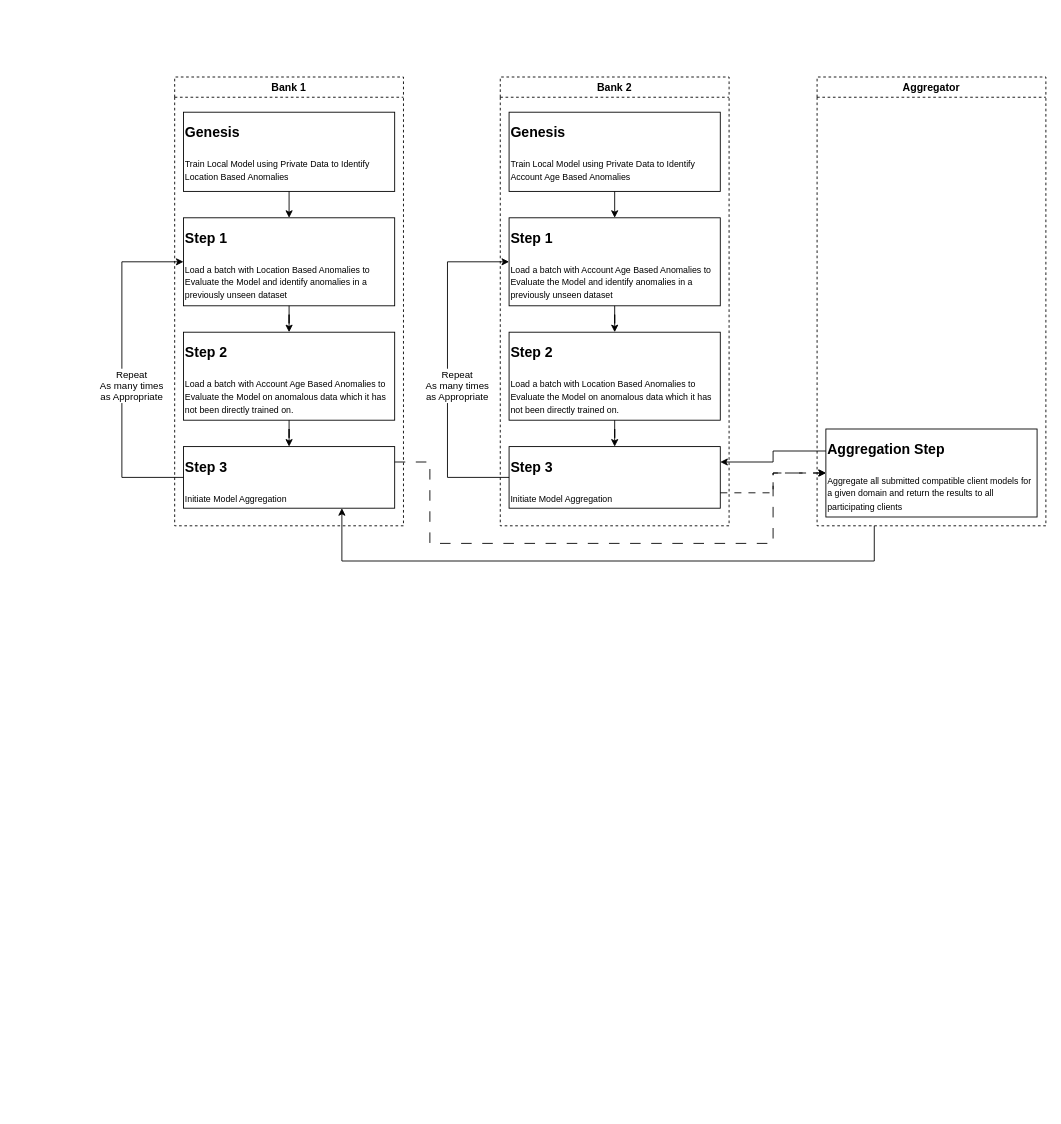
Earlier version of the draw.io diagram images/FL Workflows.drawio (sarthak-tickoo-jpmc/aikya-material-shared). Source tidied: cells renumbered, new cells numbered last; positions are measured from the earlier drawing's top-left corner, leaving out a move shared by most shapes. Both pictures are drawn from the tidied source at 88%, with x=0, y=0 at pixel (121, 77).
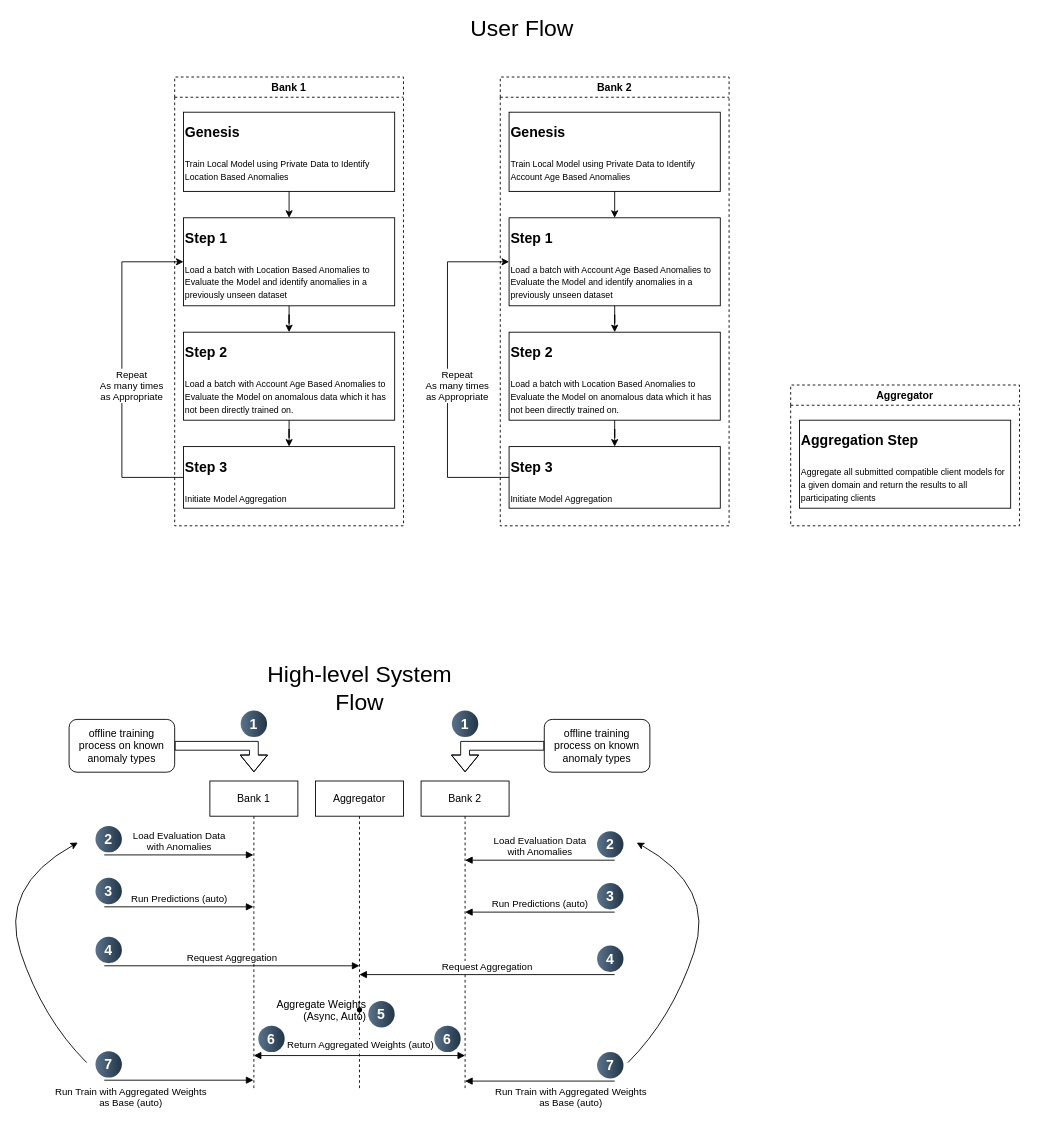
Above is the later version.

The change refers to these unchanged cells:
```xml
<mxCell id="11" value="&lt;h1 style=&quot;margin-top: 0px;&quot;&gt;&lt;font style=&quot;font-size: 16px;&quot;&gt;Step 3&lt;/font&gt;&lt;/h1&gt;&lt;p style=&quot;text-align: center;&quot;&gt;&lt;span style=&quot;font-size: 10px;&quot;&gt;Initiate Model Aggregation&lt;/span&gt;&lt;/p&gt;" style="text;html=1;whiteSpace=wrap;overflow=hidden;rounded=0;strokeColor=default;" parent="2" vertex="1">
  <mxGeometry x="10" y="420" width="240" height="70" as="geometry" />
</mxCell>
<mxCell id="21" value="&lt;h1 style=&quot;margin-top: 0px;&quot;&gt;&lt;font style=&quot;font-size: 16px;&quot;&gt;Step 3&lt;/font&gt;&lt;/h1&gt;&lt;p style=&quot;text-align: center;&quot;&gt;&lt;span style=&quot;font-size: 10px;&quot;&gt;Initiate Model Aggregation&lt;/span&gt;&lt;/p&gt;" style="text;html=1;whiteSpace=wrap;overflow=hidden;rounded=0;strokeColor=default;" parent="12" vertex="1">
  <mxGeometry x="10" y="420" width="240" height="70" as="geometry" />
</mxCell>
```

Diff of the diagram source:
```diff
@@
-    <mxCell id="22" style="edgeStyle=orthogonalEdgeStyle;rounded=0;jettySize=auto;html=1;exitX=0.25;exitY=1;exitDx=0;exitDy=0;entryX=0.75;entryY=1;entryDx=0;entryDy=0;" parent="1" edge="1" source="23" target="11">
-      <mxGeometry relative="1" as="geometry">
-        <Array as="points">
-          <mxPoint x="855" y="550" />
-          <mxPoint x="250" y="550" />
-        </Array>
-      </mxGeometry>
-    </mxCell>
     <mxCell id="23" value="Aggregator" style="swimlane;whiteSpace=wrap;html=1;dashed=1;" parent="1" vertex="1">
-      <mxGeometry x="790" width="260" height="510" as="geometry" />
+      <mxGeometry x="760" y="350" width="260" height="160" as="geometry" />
     </mxCell>
     <mxCell id="24" value="&lt;h1 style=&quot;margin-top: 0px;&quot;&gt;&lt;font style=&quot;font-size: 16px;&quot;&gt;Aggregation Step&lt;/font&gt;&lt;/h1&gt;&lt;p style=&quot;&quot;&gt;&lt;span style=&quot;font-size: 10px;&quot;&gt;Aggregate all submitted compatible client models for a given domain and return the results to all participating clients&lt;/span&gt;&lt;/p&gt;" style="text;html=1;whiteSpace=wrap;overflow=hidden;rounded=0;strokeColor=default;" parent="23" vertex="1">
-      <mxGeometry x="10" y="400" width="240" height="100" as="geometry" />
+      <mxGeometry x="10" y="40" width="240" height="100" as="geometry" />
     </mxCell>
-    <mxCell id="25" style="edgeStyle=orthogonalEdgeStyle;rounded=0;jettySize=auto;html=1;exitX=1;exitY=0.25;exitDx=0;exitDy=0;entryX=0;entryY=0.5;entryDx=0;entryDy=0;dashed=1;dashPattern=12 12;" parent="1" edge="1" source="11" target="24">
-      <mxGeometry relative="1" as="geometry">
-        <Array as="points">
-          <mxPoint x="350" y="438" />
-          <mxPoint x="350" y="530" />
-          <mxPoint x="740" y="530" />
-          <mxPoint x="740" y="450" />
-        </Array>
-      </mxGeometry>
-    </mxCell>
-    <mxCell id="26" style="edgeStyle=orthogonalEdgeStyle;rounded=0;jettySize=auto;html=1;entryX=0;entryY=0.5;entryDx=0;entryDy=0;dashed=1;dashPattern=8 8;exitX=1;exitY=0.75;exitDx=0;exitDy=0;" parent="1" edge="1" source="21" target="24">
-      <mxGeometry relative="1" as="geometry">
-        <Array as="points">
-          <mxPoint x="740" y="473" />
-          <mxPoint x="740" y="450" />
-        </Array>
-      </mxGeometry>
-    </mxCell>
-    <mxCell id="27" style="edgeStyle=orthogonalEdgeStyle;rounded=0;jettySize=auto;html=1;exitX=0;exitY=0.25;exitDx=0;exitDy=0;entryX=1;entryY=0.25;entryDx=0;entryDy=0;" parent="1" edge="1" source="24" target="21">
-      <mxGeometry relative="1" as="geometry" />
-    </mxCell>
+    <mxCell id="28" value="&lt;font style=&quot;font-size: 26px;&quot;&gt;User Flow&lt;/font&gt;" style="text;html=1;align=center;verticalAlign=middle;whiteSpace=wrap;rounded=0;" parent="1" vertex="1">
+      <mxGeometry x="350" y="-70" width="210" height="30" as="geometry" />
+    </mxCell>
+    <mxCell id="29" value="Bank 1" style="shape=umlLifeline;perimeter=lifelinePerimeter;whiteSpace=wrap;html=1;newEdgeStyle={&quot;edgeStyle&quot;:&quot;elbowEdgeStyle&quot;,&quot;elbow&quot;:&quot;vertical&quot;,&quot;curved&quot;:0,&quot;rounded&quot;:0};" parent="1" vertex="1">
+      <mxGeometry x="100" y="800" width="100" height="350" as="geometry" />
+    </mxCell>
+    <mxCell id="30" value="Aggregator" style="shape=umlLifeline;perimeter=lifelinePerimeter;whiteSpace=wrap;html=1;newEdgeStyle={&quot;edgeStyle&quot;:&quot;elbowEdgeStyle&quot;,&quot;elbow&quot;:&quot;vertical&quot;,&quot;curved&quot;:0,&quot;rounded&quot;:0};" parent="1" vertex="1">
+      <mxGeometry x="220" y="800" width="100" height="350" as="geometry" />
+    </mxCell>
+    <mxCell id="31" value="Bank 2" style="shape=umlLifeline;perimeter=lifelinePerimeter;whiteSpace=wrap;html=1;newEdgeStyle={&quot;curved&quot;:0,&quot;rounded&quot;:0};" parent="1" vertex="1">
+      <mxGeometry x="340" y="800" width="100" height="350" as="geometry" />
+    </mxCell>
+    <mxCell id="32" value="offline training process on known anomaly types" style="rounded=1;whiteSpace=wrap;html=1;" parent="1" vertex="1">
+      <mxGeometry x="-60" y="730" width="120" height="60" as="geometry" />
+    </mxCell>
+    <mxCell id="33" value="offline training process on known anomaly types" style="rounded=1;whiteSpace=wrap;html=1;" parent="1" vertex="1">
+      <mxGeometry x="480" y="730" width="120" height="60" as="geometry" />
+    </mxCell>
+    <mxCell id="34" value="Load Evaluation Data&lt;br&gt;with Anomalies" style="html=1;verticalAlign=bottom;endArrow=block;curved=0;rounded=0;" parent="1" edge="1">
+      <mxGeometry relative="1" as="geometry">
+        <mxPoint x="-20" y="884" as="sourcePoint" />
+        <mxPoint x="149.5" y="884" as="targetPoint" />
+      </mxGeometry>
+    </mxCell>
+    <mxCell id="35" value="Load Evaluation Data&lt;br&gt;with Anomalies" style="html=1;verticalAlign=bottom;endArrow=block;curved=0;rounded=0;" parent="1" edge="1">
+      <mxGeometry relative="1" as="geometry">
+        <mxPoint x="560" y="890" as="sourcePoint" />
+        <mxPoint x="390" y="890" as="targetPoint" />
+      </mxGeometry>
+    </mxCell>
+    <mxCell id="36" style="shape=flexArrow;endArrow=classic;html=1;rounded=0;exitX=1;exitY=0.5;exitDx=0;exitDy=0;" parent="1" edge="1" source="32">
+      <mxGeometry relative="1" as="geometry">
+        <mxPoint x="150" y="790" as="targetPoint" />
+        <Array as="points">
+          <mxPoint x="150" y="760" />
+        </Array>
+      </mxGeometry>
+    </mxCell>
+    <mxCell id="37" style="shape=flexArrow;endArrow=classic;html=1;rounded=0;exitX=0;exitY=0.5;exitDx=0;exitDy=0;" parent="1" edge="1" source="33">
+      <mxGeometry relative="1" as="geometry">
+        <mxPoint x="390" y="790" as="targetPoint" />
+        <Array as="points">
+          <mxPoint x="390" y="760" />
+        </Array>
+      </mxGeometry>
+    </mxCell>
+    <mxCell id="38" value="Run Predictions (auto)" style="html=1;verticalAlign=bottom;endArrow=block;curved=0;rounded=0;targetPerimeterSpacing=0;" parent="1" edge="1">
+      <mxGeometry relative="1" as="geometry">
+        <mxPoint x="-20" y="943" as="sourcePoint" />
+        <mxPoint x="149.5" y="943" as="targetPoint" />
+      </mxGeometry>
+    </mxCell>
+    <mxCell id="39" value="Run Predictions (auto)" style="html=1;verticalAlign=bottom;endArrow=block;curved=0;rounded=0;" parent="1" edge="1">
+      <mxGeometry relative="1" as="geometry">
+        <mxPoint x="560" y="949" as="sourcePoint" />
+        <mxPoint x="390" y="949" as="targetPoint" />
+      </mxGeometry>
+    </mxCell>
+    <mxCell id="40" value="Request Aggregation" style="html=1;verticalAlign=bottom;endArrow=block;curved=0;rounded=0;" parent="1" edge="1">
+      <mxGeometry relative="1" as="geometry">
+        <mxPoint x="-20" y="1010" as="sourcePoint" />
+        <mxPoint x="270" y="1010" as="targetPoint" />
+      </mxGeometry>
+    </mxCell>
+    <mxCell id="41" value="Request Aggregation" style="html=1;verticalAlign=bottom;endArrow=block;curved=0;rounded=0;" parent="1" edge="1">
+      <mxGeometry relative="1" as="geometry">
+        <mxPoint x="560" y="1020" as="sourcePoint" />
+        <mxPoint x="269.9" y="1020" as="targetPoint" />
+      </mxGeometry>
+    </mxCell>
+    <mxCell id="42" style="html=1;verticalAlign=bottom;endArrow=block;curved=0;rounded=0;" parent="1" edge="1">
+      <mxGeometry x="0.83" y="-10" relative="1" as="geometry">
+        <mxPoint x="270" y="1112" as="sourcePoint" />
+        <mxPoint x="149.9" y="1112" as="targetPoint" />
+      </mxGeometry>
+    </mxCell>
+    <mxCell id="43" value="Return Aggregated Weights (auto)" style="html=1;verticalAlign=bottom;endArrow=block;curved=0;rounded=0;" parent="1" edge="1">
+      <mxGeometry x="-1" y="3" relative="1" as="geometry">
+        <mxPoint x="270.5" y="1112" as="sourcePoint" />
+        <mxPoint x="390" y="1112" as="targetPoint" />
+      </mxGeometry>
+    </mxCell>
+    <mxCell id="44" value="Run Train with Aggregated Weights&lt;br&gt;as Base (auto)" style="html=1;verticalAlign=bottom;endArrow=block;curved=0;rounded=0;targetPerimeterSpacing=0;" parent="1" edge="1">
+      <mxGeometry x="-0.65" y="-35" relative="1" as="geometry">
+        <mxPoint x="-20" y="1140" as="sourcePoint" />
+        <mxPoint x="149.5" y="1140" as="targetPoint" />
+      </mxGeometry>
+    </mxCell>
+    <mxCell id="45" value="Run Train with Aggregated Weights&lt;br&gt;as Base (auto)" style="html=1;verticalAlign=bottom;endArrow=block;curved=0;rounded=0;" parent="1" edge="1">
+      <mxGeometry x="-0.41" y="34" relative="1" as="geometry">
+        <mxPoint x="560" y="1141" as="sourcePoint" />
+        <mxPoint x="390" y="1141" as="targetPoint" />
+      </mxGeometry>
+    </mxCell>
+    <mxCell id="46" value="1" style="ellipse;whiteSpace=wrap;html=1;rotation=0;gradientColor=#223548;strokeColor=none;gradientDirection=east;fillColor=#5b738b;rounded=0;fontFamily=Helvetica;fontSize=16;fontColor=#FFFFFF;spacingTop=4;spacingBottom=4;spacingLeft=4;spacingRight=4;fontStyle=1;" parent="1" vertex="1">
+      <mxGeometry x="135" y="720" width="30" height="30" as="geometry" />
+    </mxCell>
+    <mxCell id="47" value="1" style="ellipse;whiteSpace=wrap;html=1;rotation=0;gradientColor=#223548;strokeColor=none;gradientDirection=east;fillColor=#5b738b;rounded=0;fontFamily=Helvetica;fontSize=16;fontColor=#FFFFFF;spacingTop=4;spacingBottom=4;spacingLeft=4;spacingRight=4;fontStyle=1;" parent="1" vertex="1">
+      <mxGeometry x="375" y="720" width="30" height="30" as="geometry" />
+    </mxCell>
+    <mxCell id="48" value="2" style="ellipse;whiteSpace=wrap;html=1;rotation=0;gradientColor=#223548;strokeColor=none;gradientDirection=east;fillColor=#5b738b;rounded=0;fontFamily=Helvetica;fontSize=16;fontColor=#FFFFFF;spacingTop=4;spacingBottom=4;spacingLeft=4;spacingRight=4;fontStyle=1;" parent="1" vertex="1">
+      <mxGeometry x="-30" y="851" width="30" height="30" as="geometry" />
+    </mxCell>
+    <mxCell id="49" value="2" style="ellipse;whiteSpace=wrap;html=1;rotation=0;gradientColor=#223548;strokeColor=none;gradientDirection=east;fillColor=#5b738b;rounded=0;fontFamily=Helvetica;fontSize=16;fontColor=#FFFFFF;spacingTop=4;spacingBottom=4;spacingLeft=4;spacingRight=4;fontStyle=1;" parent="1" vertex="1">
+      <mxGeometry x="540" y="857" width="30" height="30" as="geometry" />
+    </mxCell>
+    <mxCell id="50" value="3" style="ellipse;whiteSpace=wrap;html=1;rotation=0;gradientColor=#223548;strokeColor=none;gradientDirection=east;fillColor=#5b738b;rounded=0;fontFamily=Helvetica;fontSize=16;fontColor=#FFFFFF;spacingTop=4;spacingBottom=4;spacingLeft=4;spacingRight=4;fontStyle=1;" parent="1" vertex="1">
+      <mxGeometry x="-30" y="910" width="30" height="30" as="geometry" />
+    </mxCell>
+    <mxCell id="51" value="3" style="ellipse;whiteSpace=wrap;html=1;rotation=0;gradientColor=#223548;strokeColor=none;gradientDirection=east;fillColor=#5b738b;rounded=0;fontFamily=Helvetica;fontSize=16;fontColor=#FFFFFF;spacingTop=4;spacingBottom=4;spacingLeft=4;spacingRight=4;fontStyle=1;" parent="1" vertex="1">
+      <mxGeometry x="540" y="916" width="30" height="30" as="geometry" />
+    </mxCell>
+    <mxCell id="52" value="4" style="ellipse;whiteSpace=wrap;html=1;rotation=0;gradientColor=#223548;strokeColor=none;gradientDirection=east;fillColor=#5b738b;rounded=0;fontFamily=Helvetica;fontSize=16;fontColor=#FFFFFF;spacingTop=4;spacingBottom=4;spacingLeft=4;spacingRight=4;fontStyle=1;" parent="1" vertex="1">
+      <mxGeometry x="-30" y="977" width="30" height="30" as="geometry" />
+    </mxCell>
+    <mxCell id="53" value="4" style="ellipse;whiteSpace=wrap;html=1;rotation=0;gradientColor=#223548;strokeColor=none;gradientDirection=east;fillColor=#5b738b;rounded=0;fontFamily=Helvetica;fontSize=16;fontColor=#FFFFFF;spacingTop=4;spacingBottom=4;spacingLeft=4;spacingRight=4;fontStyle=1;" parent="1" vertex="1">
+      <mxGeometry x="540" y="987" width="30" height="30" as="geometry" />
+    </mxCell>
+    <mxCell id="54" value="Aggregate Weights &#10;(Async, Auto)" style="shape=waypoint;sketch=0;size=6;fillColor=none;perimeter=centerPerimeter;align=right;" parent="1" vertex="1">
+      <mxGeometry x="260" y="1050" width="20" height="20" as="geometry" />
+    </mxCell>
+    <mxCell id="55" value="5" style="ellipse;whiteSpace=wrap;html=1;rotation=0;gradientColor=#223548;strokeColor=none;gradientDirection=east;fillColor=#5b738b;rounded=0;fontFamily=Helvetica;fontSize=16;fontColor=#FFFFFF;spacingTop=4;spacingBottom=4;spacingLeft=4;spacingRight=4;fontStyle=1;" parent="1" vertex="1">
+      <mxGeometry x="280" y="1050" width="30" height="30" as="geometry" />
+    </mxCell>
+    <mxCell id="56" value="6" style="ellipse;whiteSpace=wrap;html=1;rotation=0;gradientColor=#223548;strokeColor=none;gradientDirection=east;fillColor=#5b738b;rounded=0;fontFamily=Helvetica;fontSize=16;fontColor=#FFFFFF;spacingTop=4;spacingBottom=4;spacingLeft=4;spacingRight=4;fontStyle=1;" parent="1" vertex="1">
+      <mxGeometry x="155" y="1078" width="30" height="30" as="geometry" />
+    </mxCell>
+    <mxCell id="57" value="6" style="ellipse;whiteSpace=wrap;html=1;rotation=0;gradientColor=#223548;strokeColor=none;gradientDirection=east;fillColor=#5b738b;rounded=0;fontFamily=Helvetica;fontSize=16;fontColor=#FFFFFF;spacingTop=4;spacingBottom=4;spacingLeft=4;spacingRight=4;fontStyle=1;" parent="1" vertex="1">
+      <mxGeometry x="355" y="1078" width="30" height="30" as="geometry" />
+    </mxCell>
+    <mxCell id="58" value="7" style="ellipse;whiteSpace=wrap;html=1;rotation=0;gradientColor=#223548;strokeColor=none;gradientDirection=east;fillColor=#5b738b;rounded=0;fontFamily=Helvetica;fontSize=16;fontColor=#FFFFFF;spacingTop=4;spacingBottom=4;spacingLeft=4;spacingRight=4;fontStyle=1;" parent="1" vertex="1">
+      <mxGeometry x="-30" y="1107" width="30" height="30" as="geometry" />
+    </mxCell>
+    <mxCell id="59" value="7" style="ellipse;whiteSpace=wrap;html=1;rotation=0;gradientColor=#223548;strokeColor=none;gradientDirection=east;fillColor=#5b738b;rounded=0;fontFamily=Helvetica;fontSize=16;fontColor=#FFFFFF;spacingTop=4;spacingBottom=4;spacingLeft=4;spacingRight=4;fontStyle=1;" parent="1" vertex="1">
+      <mxGeometry x="540" y="1108" width="30" height="30" as="geometry" />
+    </mxCell>
+    <mxCell id="60" style="curved=1;endArrow=classic;html=1;rounded=0;" parent="1" edge="1">
+      <mxGeometry relative="1" as="geometry">
+        <mxPoint x="-40" y="1120" as="sourcePoint" />
+        <mxPoint x="-50" y="870" as="targetPoint" />
+        <Array as="points">
+          <mxPoint x="-90" y="1070" />
+          <mxPoint x="-140" y="920" />
+        </Array>
+      </mxGeometry>
+    </mxCell>
+    <mxCell id="61" style="curved=1;endArrow=classic;html=1;rounded=0;" parent="1" edge="1">
+      <mxGeometry relative="1" as="geometry">
+        <mxPoint x="575" y="1120" as="sourcePoint" />
+        <mxPoint x="585" y="870" as="targetPoint" />
+        <Array as="points">
+          <mxPoint x="625" y="1070" />
+          <mxPoint x="675" y="920" />
+        </Array>
+      </mxGeometry>
+    </mxCell>
+    <mxCell id="62" value="&lt;font style=&quot;font-size: 26px;&quot;&gt;High-level System&lt;br&gt;Flow&lt;/font&gt;" style="text;html=1;align=center;verticalAlign=middle;strokeColor=none;fillColor=none;" parent="1" vertex="1">
+      <mxGeometry x="155" y="655" width="230" height="80" as="geometry" />
+    </mxCell>
```
